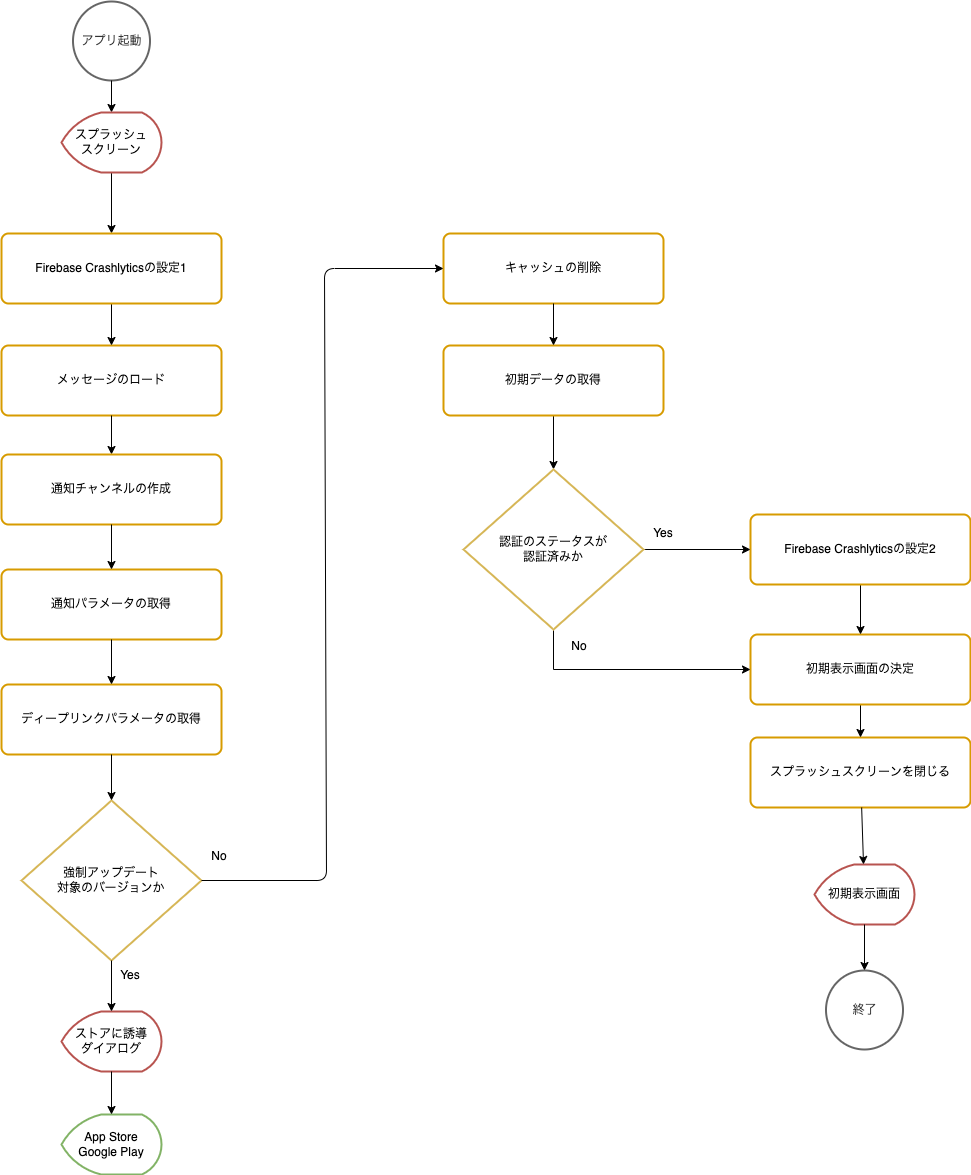
Earlier version of the draw.io export website/docs/react-native/santoku/application-architecture/life-cycle-management/initialization-flow.drawio.png (ws-4020/mobile-app-crib-notes). Source tidied: cells renumbered, new cells last; positions are measured from the earlier drawing's top-left corner, leaving out a move shared by most shapes.
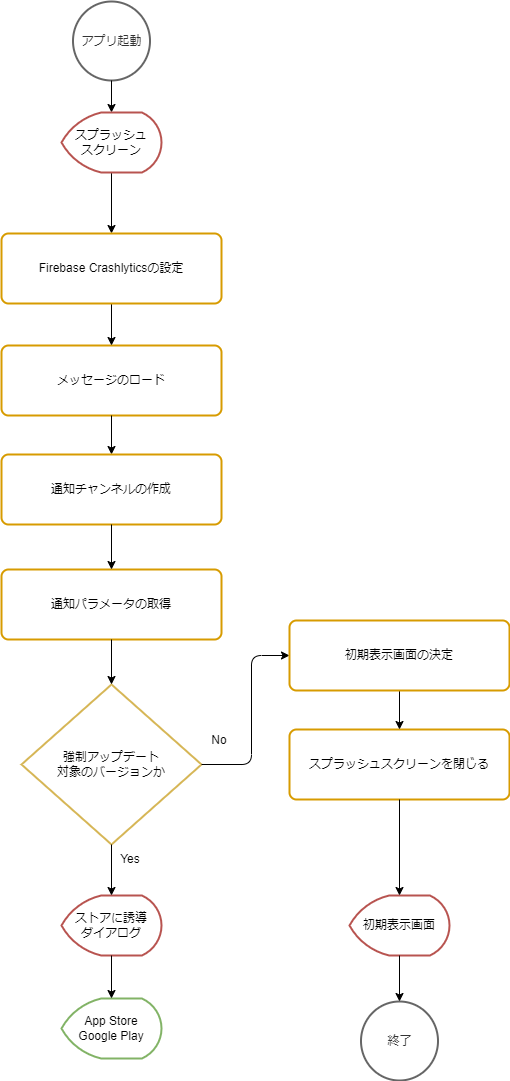
Above is the later version.

Diff of the diagram source:
```diff
@@ -3,7 +3,7 @@
     <mxCell id="0" />
     <mxCell id="1" parent="0" />
     <mxCell id="2" value="強制アップデート&lt;br&gt;対象のバージョンか" style="strokeWidth=2;html=1;shape=mxgraph.flowchart.decision;whiteSpace=wrap;verticalAlign=middle;strokeColor=#d6b656;" parent="1" vertex="1">
-      <mxGeometry x="20" y="799" width="180" height="160" as="geometry" />
+      <mxGeometry x="20" y="683" width="180" height="160" as="geometry" />
     </mxCell>
     <mxCell id="3" value="アプリ起動" style="strokeWidth=2;html=1;shape=mxgraph.flowchart.start_2;whiteSpace=wrap;verticalAlign=middle;strokeColor=#666666;fontColor=#333333;" parent="1" vertex="1">
       <mxGeometry x="71.5" width="77" height="79" as="geometry" />
@@ -12,13 +12,13 @@
       <mxGeometry x="-604" y="21" as="geometry" />
     </mxCell>
     <mxCell id="5" value="App Store&lt;br&gt;Google Play" style="strokeWidth=2;html=1;shape=mxgraph.flowchart.display;whiteSpace=wrap;verticalAlign=middle;strokeColor=#82b366;" parent="1" vertex="1">
-      <mxGeometry x="60" y="1113" width="100" height="60" as="geometry" />
+      <mxGeometry x="60" y="997" width="100" height="60" as="geometry" />
     </mxCell>
     <mxCell id="6" value="Yes" style="text;html=1;strokeColor=none;fillColor=none;align=center;verticalAlign=middle;whiteSpace=wrap;rounded=0;" parent="1" vertex="1">
-      <mxGeometry x="108.5" y="964" width="40" height="20" as="geometry" />
+      <mxGeometry x="108.5" y="848" width="40" height="20" as="geometry" />
     </mxCell>
     <mxCell id="7" value="No" style="text;html=1;strokeColor=none;fillColor=none;align=center;verticalAlign=middle;whiteSpace=wrap;rounded=0;" parent="1" vertex="1">
-      <mxGeometry x="198" y="845" width="40" height="20" as="geometry" />
+      <mxGeometry x="198" y="729" width="40" height="20" as="geometry" />
     </mxCell>
     <mxCell id="8" style="edgeStyle=orthogonalEdgeStyle;rounded=0;jettySize=auto;html=1;" parent="1" edge="1" source="9" target="32">
       <mxGeometry relative="1" as="geometry" />
@@ -27,64 +27,40 @@
       <mxGeometry x="60" y="111" width="100" height="60" as="geometry" />
     </mxCell>
     <mxCell id="10" value="ストアに誘導&lt;br&gt;ダイアログ" style="strokeWidth=2;html=1;shape=mxgraph.flowchart.display;whiteSpace=wrap;verticalAlign=middle;strokeColor=#b85450;" parent="1" vertex="1">
-      <mxGeometry x="60" y="1010" width="100" height="60" as="geometry" />
+      <mxGeometry x="60" y="894" width="100" height="60" as="geometry" />
     </mxCell>
     <mxCell id="11" style="endArrow=classic;html=1;" parent="1" edge="1" source="10" target="5">
-      <mxGeometry x="-806" y="708" as="geometry" />
+      <mxGeometry x="-806" y="592" as="geometry" />
     </mxCell>
     <mxCell id="12" style="endArrow=classic;html=1;" parent="1" edge="1" source="2" target="10">
-      <mxGeometry x="-604" y="531.5" as="geometry" />
+      <mxGeometry x="-604" y="415.5" as="geometry" />
     </mxCell>
-    <mxCell id="13" style="edgeStyle=orthogonalEdgeStyle;rounded=0;jettySize=auto;html=1;" parent="1" edge="1" source="14" target="37">
-      <mxGeometry relative="1" as="geometry" />
-    </mxCell>
-    <mxCell id="14" value="初期データの取得" style="rounded=1;whiteSpace=wrap;html=1;absoluteArcSize=1;arcSize=14;strokeWidth=2;verticalAlign=middle;strokeColor=#d79b00;" parent="1" vertex="1">
-      <mxGeometry x="442" y="344" width="220" height="70" as="geometry" />
-    </mxCell>
     <mxCell id="15" value="スプラッシュスクリーンを閉じる" style="rounded=1;whiteSpace=wrap;html=1;absoluteArcSize=1;arcSize=14;strokeWidth=2;verticalAlign=middle;strokeColor=#d79b00;" parent="1" vertex="1">
-      <mxGeometry x="749" y="736" width="220" height="70" as="geometry" />
+      <mxGeometry x="288" y="728" width="220" height="70" as="geometry" />
     </mxCell>
-    <mxCell id="16" style="endArrow=classic;html=1;" parent="1" edge="1" source="19" target="15">
-      <mxGeometry x="155" y="-161" as="geometry" />
-    </mxCell>
     <mxCell id="17" value="初期表示画面" style="strokeWidth=2;html=1;shape=mxgraph.flowchart.display;whiteSpace=wrap;verticalAlign=middle;strokeColor=#b85450;" parent="1" vertex="1">
-      <mxGeometry x="813" y="863" width="100" height="60" as="geometry" />
+      <mxGeometry x="348" y="894" width="100" height="60" as="geometry" />
     </mxCell>
     <mxCell id="18" style="endArrow=classic;html=1;" parent="1" edge="1" source="15" target="17">
-      <mxGeometry x="155" y="-161" as="geometry" />
+      <mxGeometry x="-306" y="-169" as="geometry" />
     </mxCell>
-    <mxCell id="19" value="初期表示画面の決定" style="rounded=1;whiteSpace=wrap;html=1;absoluteArcSize=1;arcSize=14;strokeWidth=2;verticalAlign=middle;strokeColor=#d79b00;" parent="1" vertex="1">
-      <mxGeometry x="749" y="633" width="220" height="70" as="geometry" />
-    </mxCell>
     <mxCell id="20" value="終了" style="strokeWidth=2;html=1;shape=mxgraph.flowchart.start_2;whiteSpace=wrap;verticalAlign=middle;strokeColor=#666666;fontColor=#333333;" parent="1" vertex="1">
-      <mxGeometry x="824.5" y="969" width="77" height="79" as="geometry" />
+      <mxGeometry x="359.5" y="1000" width="77" height="79" as="geometry" />
     </mxCell>
     <mxCell id="21" style="endArrow=classic;html=1;entryX=0.5;entryY=0;entryDx=0;entryDy=0;entryPerimeter=0;exitX=0.5;exitY=1;exitDx=0;exitDy=0;exitPerimeter=0;" parent="1" edge="1" source="17" target="20">
-      <mxGeometry x="165" y="-151" as="geometry" />
+      <mxGeometry x="-300" y="-120" as="geometry" />
     </mxCell>
-    <mxCell id="22" value="キャッシュの削除" style="rounded=1;whiteSpace=wrap;html=1;absoluteArcSize=1;arcSize=14;strokeWidth=2;verticalAlign=middle;strokeColor=#d79b00;" parent="1" vertex="1">
-      <mxGeometry x="442" y="232" width="220" height="70" as="geometry" />
-    </mxCell>
     <mxCell id="23" value="通知パラメータの取得" style="rounded=1;whiteSpace=wrap;html=1;absoluteArcSize=1;arcSize=14;strokeWidth=2;verticalAlign=middle;strokeColor=#d79b00;" parent="1" vertex="1">
       <mxGeometry y="568" width="220" height="70" as="geometry" />
     </mxCell>
-    <mxCell id="24" value="ディープリンクパラメータの取得" style="rounded=1;whiteSpace=wrap;html=1;absoluteArcSize=1;arcSize=14;strokeWidth=2;verticalAlign=middle;strokeColor=#d79b00;" parent="1" vertex="1">
-      <mxGeometry y="683" width="220" height="70" as="geometry" />
-    </mxCell>
-    <mxCell id="25" style="endArrow=classic;html=1;entryX=0.5;entryY=0;entryDx=0;entryDy=0;exitX=0.5;exitY=1;exitDx=0;exitDy=0;" parent="1" edge="1" source="23" target="24">
+    <mxCell id="25" style="endArrow=classic;html=1;exitX=0.5;exitY=1;exitDx=0;exitDy=0;" parent="1" edge="1" source="23" target="2">
       <mxGeometry x="-594" y="173" as="geometry" />
     </mxCell>
-    <mxCell id="26" style="endArrow=classic;html=1;entryX=0.5;entryY=0;entryDx=0;entryDy=0;exitX=0.5;exitY=1;exitDx=0;exitDy=0;entryPerimeter=0;" parent="1" edge="1" source="24" target="2">
-      <mxGeometry x="-584" y="160" as="geometry" />
-    </mxCell>
-    <mxCell id="27" style="endArrow=classic;html=1;entryX=0.5;entryY=0;entryDx=0;entryDy=0;exitX=0.5;exitY=1;exitDx=0;exitDy=0;" parent="1" edge="1" source="22" target="14">
-      <mxGeometry x="-148" y="-172" as="geometry" />
-    </mxCell>
-    <mxCell id="28" style="endArrow=classic;html=1;entryX=0;entryY=0.5;entryDx=0;entryDy=0;exitX=1;exitY=0.5;exitDx=0;exitDy=0;exitPerimeter=0;" parent="1" edge="1" source="2" target="22">
-      <mxGeometry x="-594" y="315.5" as="geometry">
+    <mxCell id="28" style="endArrow=classic;html=1;entryX=0;entryY=0.5;entryDx=0;entryDy=0;exitX=1;exitY=0.5;exitDx=0;exitDy=0;exitPerimeter=0;" parent="1" edge="1" source="2" target="19">
+      <mxGeometry x="-594" y="199.5" as="geometry">
         <Array as="points">
-          <mxPoint x="325" y="879" />
-          <mxPoint x="323" y="267" />
+          <mxPoint x="250" y="763" />
+          <mxPoint x="250" y="654" />
         </Array>
       </mxGeometry>
     </mxCell>
@@ -97,39 +73,20 @@
     <mxCell id="31" style="edgeStyle=orthogonalEdgeStyle;rounded=0;jettySize=auto;html=1;" parent="1" edge="1" source="32" target="29">
       <mxGeometry relative="1" as="geometry" />
     </mxCell>
-    <mxCell id="32" value="Firebase Crashlyticsの設定1" style="rounded=1;whiteSpace=wrap;html=1;absoluteArcSize=1;arcSize=14;strokeWidth=2;verticalAlign=middle;strokeColor=#d79b00;" parent="1" vertex="1">
+    <mxCell id="32" value="Firebase Crashlyticsの設定" style="rounded=1;whiteSpace=wrap;html=1;absoluteArcSize=1;arcSize=14;strokeWidth=2;verticalAlign=middle;strokeColor=#d79b00;" parent="1" vertex="1">
       <mxGeometry y="232" width="220" height="70" as="geometry" />
     </mxCell>
-    <mxCell id="33" style="edgeStyle=orthogonalEdgeStyle;rounded=0;jettySize=auto;html=1;entryX=0.5;entryY=0;entryDx=0;entryDy=0;" parent="1" edge="1" source="34" target="19">
-      <mxGeometry relative="1" as="geometry" />
-    </mxCell>
-    <mxCell id="34" value="&lt;span&gt;Firebase Crashlyticsの設定2&lt;/span&gt;" style="rounded=1;whiteSpace=wrap;html=1;absoluteArcSize=1;arcSize=14;strokeWidth=2;verticalAlign=middle;strokeColor=#d79b00;" parent="1" vertex="1">
-      <mxGeometry x="749" y="513" width="220" height="70" as="geometry" />
-    </mxCell>
-    <mxCell id="35" style="edgeStyle=orthogonalEdgeStyle;rounded=0;jettySize=auto;html=1;" parent="1" edge="1" source="37" target="34">
-      <mxGeometry relative="1" as="geometry" />
-    </mxCell>
-    <mxCell id="36" style="edgeStyle=orthogonalEdgeStyle;rounded=0;jettySize=auto;html=1;startArrow=none;exitX=0.5;exitY=1;exitDx=0;exitDy=0;exitPerimeter=0;" parent="1" edge="1" source="37" target="19">
-      <mxGeometry relative="1" as="geometry">
-        <Array as="points">
-          <mxPoint x="552" y="668" />
-        </Array>
-      </mxGeometry>
-    </mxCell>
-    <mxCell id="37" value="認証のステータスが&lt;br&gt;認証済みか" style="strokeWidth=2;html=1;shape=mxgraph.flowchart.decision;whiteSpace=wrap;verticalAlign=middle;strokeColor=#d6b656;" parent="1" vertex="1">
-      <mxGeometry x="462" y="468" width="180" height="160" as="geometry" />
-    </mxCell>
-    <mxCell id="38" value="No" style="text;html=1;strokeColor=none;fillColor=none;align=center;verticalAlign=middle;whiteSpace=wrap;rounded=0;" parent="1" vertex="1">
-      <mxGeometry x="558" y="635" width="40" height="20" as="geometry" />
-    </mxCell>
-    <mxCell id="39" value="Yes" style="text;html=1;strokeColor=none;fillColor=none;align=center;verticalAlign=middle;whiteSpace=wrap;rounded=0;" parent="1" vertex="1">
-      <mxGeometry x="642" y="522" width="40" height="20" as="geometry" />
-    </mxCell>
     <mxCell id="40" value="通知チャンネルの作成" style="rounded=1;whiteSpace=wrap;html=1;absoluteArcSize=1;arcSize=14;strokeWidth=2;verticalAlign=middle;strokeColor=#d79b00;" parent="1" vertex="1">
       <mxGeometry y="453" width="220" height="70" as="geometry" />
     </mxCell>
     <mxCell id="41" style="endArrow=classic;html=1;" parent="1" edge="1" source="40" target="23">
       <mxGeometry x="-584" y="64" as="geometry" />
     </mxCell>
+    <mxCell id="16" style="edgeStyle=orthogonalEdgeStyle;rounded=0;jettySize=auto;html=1;entryX=0.5;entryY=0;entryDx=0;entryDy=0;" parent="1" edge="1" source="19" target="15">
+      <mxGeometry relative="1" as="geometry" />
+    </mxCell>
+    <mxCell id="19" value="初期表示画面の決定" style="rounded=1;whiteSpace=wrap;html=1;absoluteArcSize=1;arcSize=14;strokeWidth=2;verticalAlign=middle;strokeColor=#d79b00;" parent="1" vertex="1">
+      <mxGeometry x="288" y="619" width="220" height="70" as="geometry" />
+    </mxCell>
   </root>
 </mxGraphModel>
```
